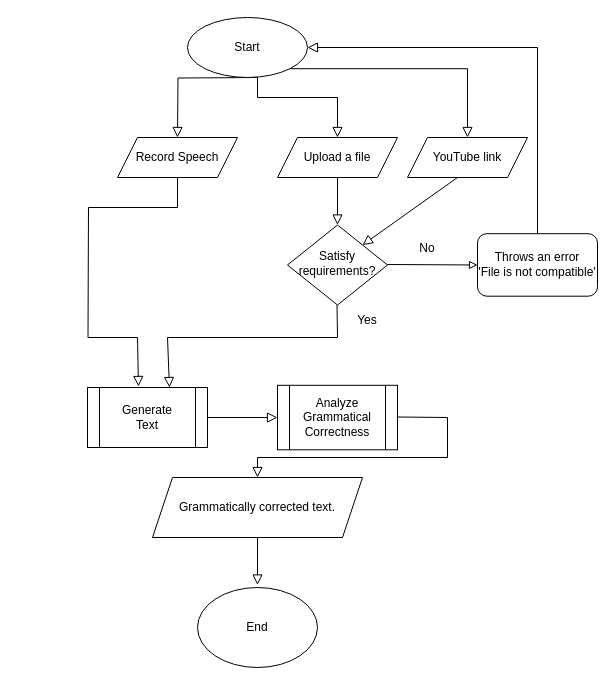
Before: IPO.drawio in JVincentG/Diagrams, a draw.io diagram. Source tidied: cells renumbered, new cells numbered last; positions are measured from the earlier drawing's top-left corner, leaving out a move shared by most shapes. Both pictures are drawn from the tidied source at 100%, with x=0, y=0 at pixel (87, 17).
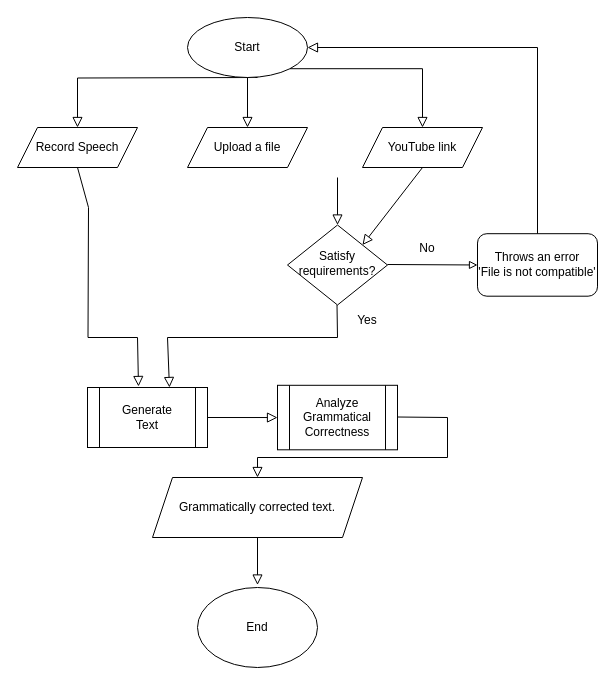
The same diagram, later.

Unchanged cells that the change refers to:
```xml
<mxCell id="4" value="Satisfy&lt;br&gt;requirements?" style="rhombus;whiteSpace=wrap;html=1;shadow=0;fontFamily=Helvetica;fontSize=12;align=center;strokeWidth=1;spacing=6;spacingTop=-4;" parent="1" vertex="1">
  <mxGeometry x="200" y="207.5" width="100" height="80" as="geometry" />
</mxCell>
<mxCell id="13" value="Generate&lt;br&gt;Text" style="shape=process;whiteSpace=wrap;html=1;backgroundOutline=1;" parent="1" vertex="1">
  <mxGeometry y="370" width="120" height="60" as="geometry" />
</mxCell>
<mxCell id="15" value="Start" style="ellipse;whiteSpace=wrap;html=1;" parent="1" vertex="1">
  <mxGeometry x="100" width="120" height="60" as="geometry" />
</mxCell>
```

What changed in the source:
```diff
@@
-    <mxCell id="2" style="rounded=0;html=1;jettySize=auto;orthogonalLoop=1;fontSize=11;endArrow=block;endFill=0;endSize=8;strokeWidth=1;shadow=0;labelBackgroundColor=none;edgeStyle=orthogonalEdgeStyle;exitX=0.5;exitY=1;exitDx=0;exitDy=0;entryX=0.5;entryY=0;entryDx=0;entryDy=0;" parent="1" edge="1">
+    <mxCell id="2" style="rounded=0;html=1;jettySize=auto;fontSize=11;endArrow=block;endFill=0;endSize=8;strokeWidth=1;shadow=0;labelBackgroundColor=none;edgeStyle=orthogonalEdgeStyle;exitX=0.5;exitY=1;exitDx=0;exitDy=0;entryX=0.5;entryY=0;entryDx=0;entryDy=0;" parent="1" edge="1" target="12">
       <mxGeometry relative="1" as="geometry">
         <mxPoint x="170" y="60" as="sourcePoint" />
-        <mxPoint x="90" y="120" as="targetPoint" />
       </mxGeometry>
     </mxCell>
-    <mxCell id="3" style="rounded=0;html=1;jettySize=auto;orthogonalLoop=1;fontSize=11;endArrow=block;endFill=0;endSize=8;strokeWidth=1;shadow=0;labelBackgroundColor=none;edgeStyle=orthogonalEdgeStyle;exitX=0.5;exitY=1;exitDx=0;exitDy=0;entryX=0.5;entryY=0;entryDx=0;entryDy=0;" parent="1" edge="1">
-      <mxGeometry relative="1" as="geometry">
-        <mxPoint x="170" y="60" as="sourcePoint" />
-        <mxPoint x="250" y="120" as="targetPoint" />
-        <Array as="points">
-          <mxPoint x="170" y="80" />
-          <mxPoint x="250" y="80" />
-        </Array>
-      </mxGeometry>
-    </mxCell>
@@
     <mxCell id="10" style="endArrow=block;html=1;rounded=0;endFill=0;exitX=0.5;exitY=1;exitDx=0;exitDy=0;endSize=8;entryX=0.425;entryY=-0.017;entryDx=0;entryDy=0;entryPerimeter=0;" parent="1" edge="1" source="12" target="13">
       <mxGeometry relative="1" as="geometry">
         <Array as="points">
-          <mxPoint x="90" y="190" />
           <mxPoint x="1" y="190" />
           <mxPoint x="0.5" y="320" />
           <mxPoint x="50" y="320" />
         </Array>
       </mxGeometry>
     </mxCell>
     <mxCell id="11" value="Upload a file" style="shape=parallelogram;perimeter=parallelogramPerimeter;whiteSpace=wrap;html=1;fixedSize=1;" parent="1" vertex="1">
-      <mxGeometry x="190" y="120" width="120" height="40" as="geometry" />
+      <mxGeometry x="100" y="110" width="120" height="40" as="geometry" />
     </mxCell>
     <mxCell id="12" value="Record Speech" style="shape=parallelogram;perimeter=parallelogramPerimeter;whiteSpace=wrap;html=1;fixedSize=1;" parent="1" vertex="1">
-      <mxGeometry x="30" y="120" width="120" height="40" as="geometry" />
+      <mxGeometry x="-70" y="110" width="120" height="40" as="geometry" />
     </mxCell>
@@
     <mxCell id="23" value="YouTube link" style="shape=parallelogram;perimeter=parallelogramPerimeter;whiteSpace=wrap;html=1;fixedSize=1;" parent="1" vertex="1">
-      <mxGeometry x="320" y="120" width="120" height="40" as="geometry" />
+      <mxGeometry x="275" y="110" width="120" height="40" as="geometry" />
     </mxCell>
@@
-    <mxCell id="25" style="endArrow=block;html=1;rounded=0;endFill=0;entryX=1;entryY=0;entryDx=0;entryDy=0;endSize=8;" parent="1" edge="1" target="4">
-      <mxGeometry relative="1" as="geometry">
-        <mxPoint x="370" y="160" as="sourcePoint" />
-      </mxGeometry>
+    <mxCell id="25" style="endArrow=block;html=1;rounded=0;endFill=0;entryX=1;entryY=0;entryDx=0;entryDy=0;endSize=8;exitX=0.5;exitY=1;exitDx=0;exitDy=0;" parent="1" edge="1" source="23" target="4">
+      <mxGeometry relative="1" as="geometry" />
     </mxCell>
+    <mxCell id="26" style="rounded=0;html=1;jettySize=auto;fontSize=11;endArrow=block;endFill=0;endSize=8;strokeWidth=1;shadow=0;labelBackgroundColor=none;edgeStyle=orthogonalEdgeStyle;entryX=0.5;entryY=0;entryDx=0;entryDy=0;exitX=0.5;exitY=1;exitDx=0;exitDy=0;" parent="1" edge="1" source="15" target="11">
+      <mxGeometry relative="1" as="geometry" />
+    </mxCell>
```
